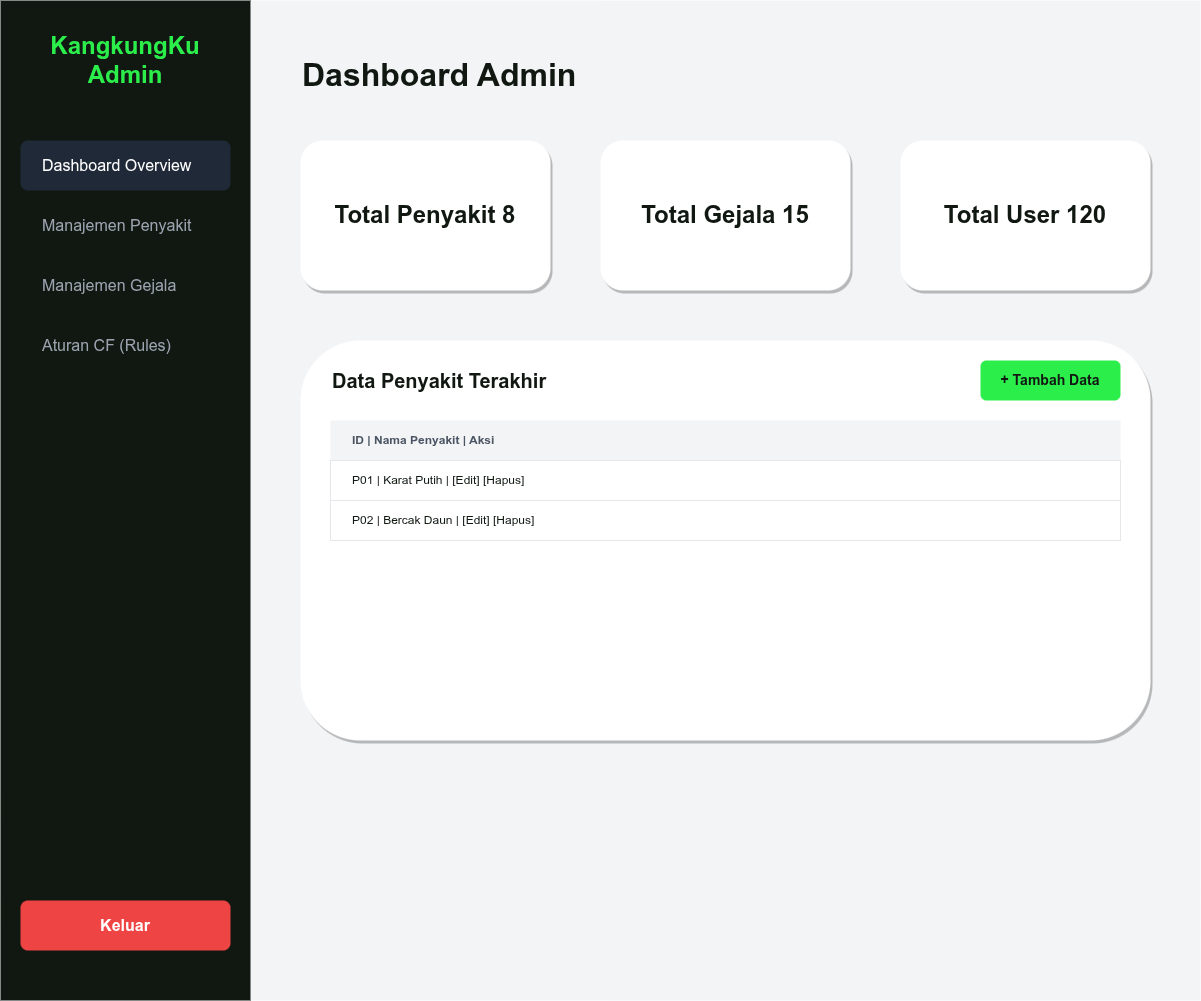
The draw.io diagram diagram/desain/admin_dashboard.png in RajaSunrise/kangkungku, before a commit. Source tidied: cells renumbered, new cells last; positions are measured from the earlier drawing's top-left corner, leaving out a move shared by most shapes.
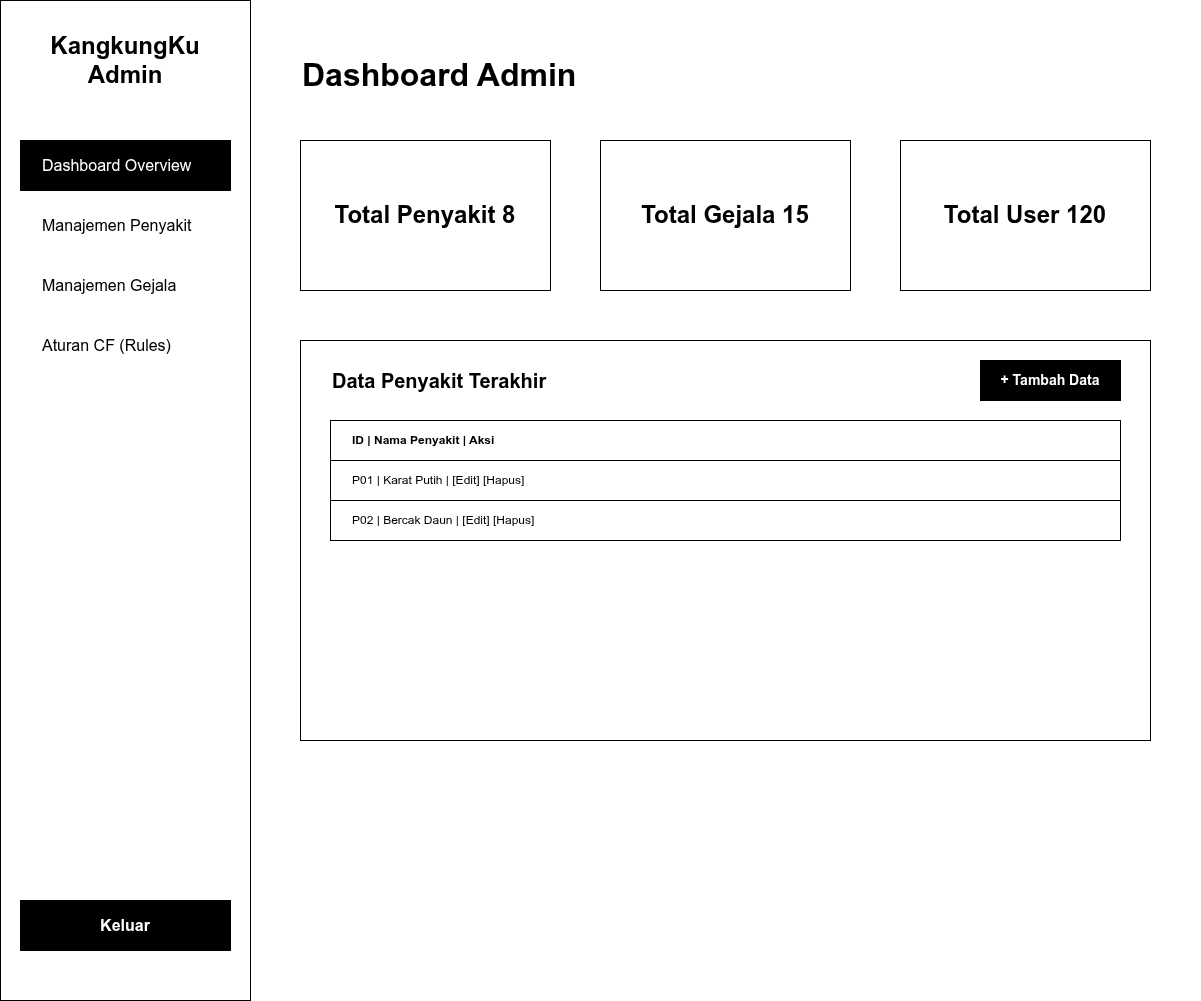
After the commit.

Diff of the diagram source:
```diff
@@ -2,58 +2,58 @@
   <root>
     <mxCell id="0" />
     <mxCell id="1" parent="0" />
-    <mxCell id="2" style="rounded=0;whiteSpace=wrap;html=1;fillColor=#F3F4F6;strokeColor=none;" parent="1" vertex="1">
+    <mxCell id="2" style="rounded=0;whiteSpace=wrap;html=1;fillColor=#FFFFFF;strokeColor=none;" parent="1" vertex="1">
       <mxGeometry width="1200" height="1000" as="geometry" />
     </mxCell>
-    <mxCell id="3" style="rounded=0;whiteSpace=wrap;html=1;fillColor=#111812;strokeColor=none;" parent="1" vertex="1">
+    <mxCell id="3" style="rounded=0;whiteSpace=wrap;html=1;fillColor=#FFFFFF;strokeColor=#000000;" parent="1" vertex="1">
       <mxGeometry width="250" height="1000" as="geometry" />
     </mxCell>
-    <mxCell id="4" value="KangkungKu Admin" style="text;html=1;strokeColor=none;fillColor=none;align=center;verticalAlign=middle;whiteSpace=wrap;rounded=0;fontColor=#2BEE4B;fontSize=24;fontStyle=1;" parent="1" vertex="1">
+    <mxCell id="4" value="KangkungKu Admin" style="text;html=1;strokeColor=none;fillColor=none;align=center;verticalAlign=middle;whiteSpace=wrap;rounded=0;fontColor=#000000;fontSize=24;fontStyle=1;" parent="1" vertex="1">
       <mxGeometry x="25" y="30" width="200" height="60" as="geometry" />
     </mxCell>
-    <mxCell id="5" value="Dashboard Overview" style="rounded=1;whiteSpace=wrap;html=1;fillColor=#1F2937;strokeColor=none;fontColor=#FFFFFF;align=left;spacingLeft=20;fontSize=16;" parent="1" vertex="1">
+    <mxCell id="5" value="Dashboard Overview" style="rounded=0;whiteSpace=wrap;html=1;fillColor=#000000;strokeColor=#000000;fontColor=#FFFFFF;align=left;spacingLeft=20;fontSize=16;" parent="1" vertex="1">
       <mxGeometry x="20" y="140" width="210" height="50" as="geometry" />
     </mxCell>
-    <mxCell id="6" value="Manajemen Penyakit" style="rounded=1;whiteSpace=wrap;html=1;fillColor=none;strokeColor=none;fontColor=#9CA3AF;align=left;spacingLeft=20;fontSize=16;" parent="1" vertex="1">
+    <mxCell id="6" value="Manajemen Penyakit" style="rounded=0;whiteSpace=wrap;html=1;fillColor=none;strokeColor=none;fontColor=#000000;align=left;spacingLeft=20;fontSize=16;" parent="1" vertex="1">
       <mxGeometry x="20" y="200" width="210" height="50" as="geometry" />
     </mxCell>
-    <mxCell id="7" value="Manajemen Gejala" style="rounded=1;whiteSpace=wrap;html=1;fillColor=none;strokeColor=none;fontColor=#9CA3AF;align=left;spacingLeft=20;fontSize=16;" parent="1" vertex="1">
+    <mxCell id="7" value="Manajemen Gejala" style="rounded=0;whiteSpace=wrap;html=1;fillColor=none;strokeColor=none;fontColor=#000000;align=left;spacingLeft=20;fontSize=16;" parent="1" vertex="1">
       <mxGeometry x="20" y="260" width="210" height="50" as="geometry" />
     </mxCell>
-    <mxCell id="8" value="Aturan CF (Rules)" style="rounded=1;whiteSpace=wrap;html=1;fillColor=none;strokeColor=none;fontColor=#9CA3AF;align=left;spacingLeft=20;fontSize=16;" parent="1" vertex="1">
+    <mxCell id="8" value="Aturan CF (Rules)" style="rounded=0;whiteSpace=wrap;html=1;fillColor=none;strokeColor=none;fontColor=#000000;align=left;spacingLeft=20;fontSize=16;" parent="1" vertex="1">
       <mxGeometry x="20" y="320" width="210" height="50" as="geometry" />
     </mxCell>
-    <mxCell id="9" value="Keluar" style="rounded=1;whiteSpace=wrap;html=1;fillColor=#EF4444;strokeColor=none;fontColor=#FFFFFF;align=center;fontSize=16;fontStyle=1;" parent="1" vertex="1">
+    <mxCell id="9" value="Keluar" style="rounded=0;whiteSpace=wrap;html=1;fillColor=#000000;strokeColor=#000000;fontColor=#FFFFFF;align=center;fontSize=16;fontStyle=1;" parent="1" vertex="1">
       <mxGeometry x="20" y="900" width="210" height="50" as="geometry" />
     </mxCell>
-    <mxCell id="10" value="Dashboard Admin" style="text;html=1;strokeColor=none;fillColor=none;align=left;verticalAlign=middle;whiteSpace=wrap;rounded=0;fontColor=#111812;fontSize=32;fontStyle=1;" parent="1" vertex="1">
+    <mxCell id="10" value="Dashboard Admin" style="text;html=1;strokeColor=none;fillColor=none;align=left;verticalAlign=middle;whiteSpace=wrap;rounded=0;fontColor=#000000;fontSize=32;fontStyle=1;" parent="1" vertex="1">
       <mxGeometry x="300" y="50" width="400" height="50" as="geometry" />
     </mxCell>
-    <mxCell id="11" value="Total Penyakit  8" style="rounded=1;whiteSpace=wrap;html=1;fillColor=#FFFFFF;strokeColor=none;shadow=1;fontColor=#111812;fontSize=24;fontStyle=1;align=center;" parent="1" vertex="1">
+    <mxCell id="11" value="Total Penyakit  8" style="rounded=0;whiteSpace=wrap;html=1;fillColor=#FFFFFF;strokeColor=#000000;fontColor=#000000;fontSize=24;fontStyle=1;align=center;" parent="1" vertex="1">
       <mxGeometry x="300" y="140" width="250" height="150" as="geometry" />
     </mxCell>
-    <mxCell id="12" value="Total Gejala  15" style="rounded=1;whiteSpace=wrap;html=1;fillColor=#FFFFFF;strokeColor=none;shadow=1;fontColor=#111812;fontSize=24;fontStyle=1;align=center;" parent="1" vertex="1">
+    <mxCell id="12" value="Total Gejala  15" style="rounded=0;whiteSpace=wrap;html=1;fillColor=#FFFFFF;strokeColor=#000000;fontColor=#000000;fontSize=24;fontStyle=1;align=center;" parent="1" vertex="1">
       <mxGeometry x="600" y="140" width="250" height="150" as="geometry" />
     </mxCell>
-    <mxCell id="13" value="Total User  120" style="rounded=1;whiteSpace=wrap;html=1;fillColor=#FFFFFF;strokeColor=none;shadow=1;fontColor=#111812;fontSize=24;fontStyle=1;align=center;" parent="1" vertex="1">
+    <mxCell id="13" value="Total User  120" style="rounded=0;whiteSpace=wrap;html=1;fillColor=#FFFFFF;strokeColor=#000000;fontColor=#000000;fontSize=24;fontStyle=1;align=center;" parent="1" vertex="1">
       <mxGeometry x="900" y="140" width="250" height="150" as="geometry" />
     </mxCell>
-    <mxCell id="14" style="rounded=1;whiteSpace=wrap;html=1;fillColor=#FFFFFF;strokeColor=none;shadow=1;" parent="1" vertex="1">
+    <mxCell id="14" style="rounded=0;whiteSpace=wrap;html=1;fillColor=#FFFFFF;strokeColor=#000000;" parent="1" vertex="1">
       <mxGeometry x="300" y="340" width="850" height="400" as="geometry" />
     </mxCell>
-    <mxCell id="15" value="Data Penyakit Terakhir" style="text;html=1;strokeColor=none;fillColor=none;align=left;verticalAlign=middle;whiteSpace=wrap;rounded=0;fontColor=#111812;fontSize=20;fontStyle=1;" parent="1" vertex="1">
+    <mxCell id="15" value="Data Penyakit Terakhir" style="text;html=1;strokeColor=none;fillColor=none;align=left;verticalAlign=middle;whiteSpace=wrap;rounded=0;fontColor=#000000;fontSize=20;fontStyle=1;" parent="1" vertex="1">
       <mxGeometry x="330" y="360" width="300" height="40" as="geometry" />
     </mxCell>
-    <mxCell id="16" value="+ Tambah Data" style="rounded=1;whiteSpace=wrap;html=1;fillColor=#2BEE4B;strokeColor=none;fontColor=#111812;fontStyle=1;fontSize=14;" parent="1" vertex="1">
+    <mxCell id="16" value="+ Tambah Data" style="rounded=0;whiteSpace=wrap;html=1;fillColor=#000000;strokeColor=#000000;fontColor=#FFFFFF;fontStyle=1;fontSize=14;" parent="1" vertex="1">
       <mxGeometry x="980" y="360" width="140" height="40" as="geometry" />
     </mxCell>
-    <mxCell id="17" value="ID   |   Nama Penyakit   |   Aksi" style="rounded=0;whiteSpace=wrap;html=1;fillColor=#F3F4F6;strokeColor=none;fontColor=#4B5563;align=left;spacingLeft=20;fontStyle=1;" parent="1" vertex="1">
+    <mxCell id="17" value="ID   |   Nama Penyakit   |   Aksi" style="rounded=0;whiteSpace=wrap;html=1;fillColor=#FFFFFF;strokeColor=#000000;fontColor=#000000;align=left;spacingLeft=20;fontStyle=1;" parent="1" vertex="1">
       <mxGeometry x="330" y="420" width="790" height="40" as="geometry" />
     </mxCell>
-    <mxCell id="18" value="P01  |  Karat Putih      |  [Edit] [Hapus]" style="rounded=0;whiteSpace=wrap;html=1;fillColor=none;strokeColor=#E5E7EB;fontColor=#111812;align=left;spacingLeft=20;" parent="1" vertex="1">
+    <mxCell id="18" value="P01  |  Karat Putih      |  [Edit] [Hapus]" style="rounded=0;whiteSpace=wrap;html=1;fillColor=none;strokeColor=#000000;fontColor=#000000;align=left;spacingLeft=20;" parent="1" vertex="1">
       <mxGeometry x="330" y="460" width="790" height="40" as="geometry" />
     </mxCell>
-    <mxCell id="19" value="P02  |  Bercak Daun      |  [Edit] [Hapus]" style="rounded=0;whiteSpace=wrap;html=1;fillColor=none;strokeColor=#E5E7EB;fontColor=#111812;align=left;spacingLeft=20;" parent="1" vertex="1">
+    <mxCell id="19" value="P02  |  Bercak Daun      |  [Edit] [Hapus]" style="rounded=0;whiteSpace=wrap;html=1;fillColor=none;strokeColor=#000000;fontColor=#000000;align=left;spacingLeft=20;" parent="1" vertex="1">
       <mxGeometry x="330" y="500" width="790" height="40" as="geometry" />
     </mxCell>
   </root>
```
